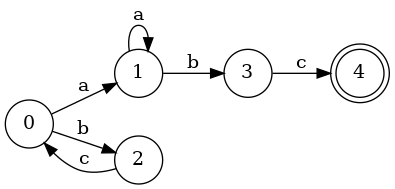
The Graphviz diagram dfa_output.png in x6x4/LAB2_URGENCY, before a commit. Its source is kept beside it as dfa_output.dot.
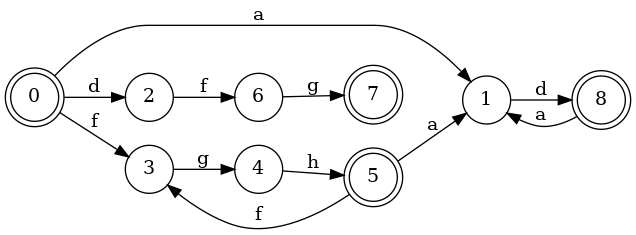
The same diagram one commit later.

Change to the diagram source:
```diff
@@ -2,10 +2,23 @@
 rankdir="LR"
 node [shape=circle];
 0 -> 1 [label="a"];
-0 -> 2 [label="b"];
-1 -> 1 [label="a"];
-1 -> 3 [label="b"];
-2 -> 0 [label="c"];
-3 -> 4 [label="c"];
-4[label="4"shape=doublecircle];
+0 -> 2 [label="d"];
+0 -> 3 [label="f"];
+1 -> 8 [label="d"];
+2 -> 6 [label="f"];
+3 -> 4 [label="g"];
+4 -> 5 [label="h"];
+5 -> 1 [label="a"];
+5 -> 3 [label="f"];
+6 -> 7 [label="g"];
+8 -> 1 [label="a"];
+0[label="0"shape=doublecircle];
+0[label="0"shape=doublecircle];
+0[label="0"shape=doublecircle];
+5[label="5"shape=doublecircle];
+5[label="5"shape=doublecircle];
+5[label="5"shape=doublecircle];
+7[label="7"shape=doublecircle];
+8[label="8"shape=doublecircle];
+8[label="8"shape=doublecircle];
 }
```
